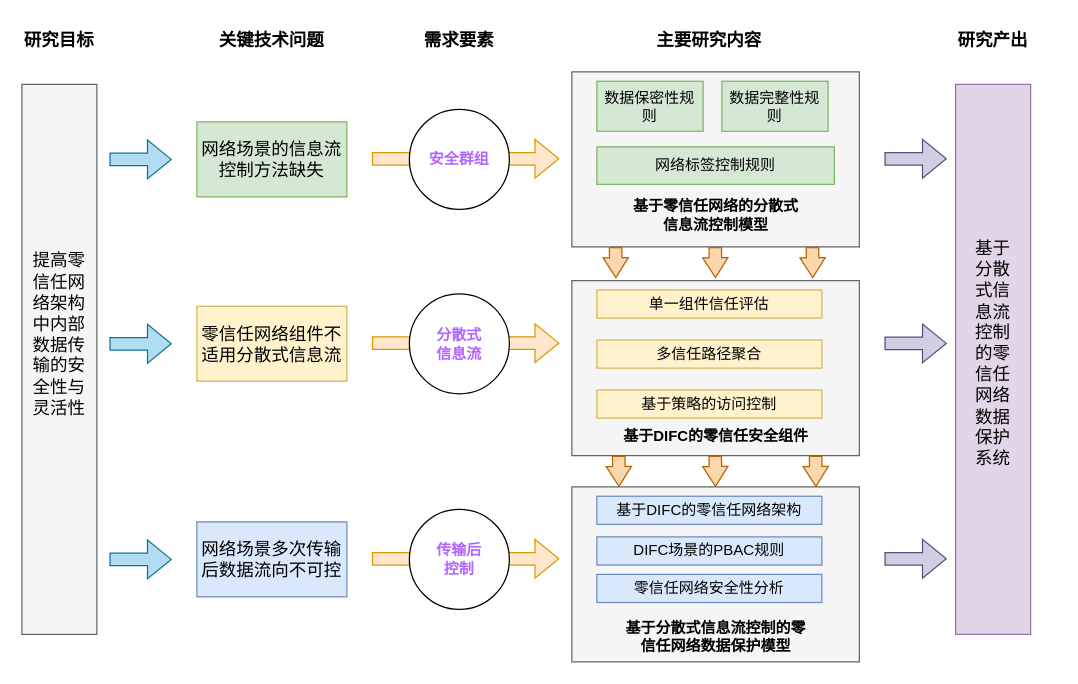
ZhuShouCheng/notebook keeps this draw.io diagram as 研究内容框架.drawio. Above is the earlier version. Source tidied: cells renumbered, new cells numbered last; positions are measured from the earlier drawing's top-left corner, leaving out a move shared by most shapes. Both pictures are drawn from the tidied source at 125%, with x=0, y=0 at pixel (21, 21).
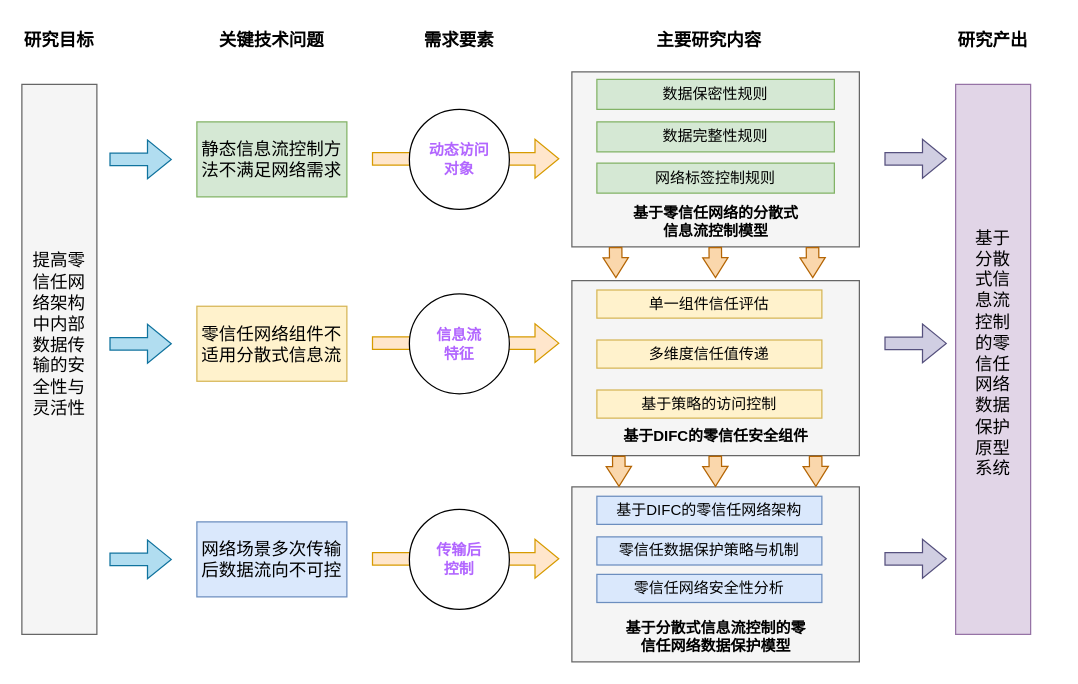
Above is the later version.

Commit message:
更新研究内容框架.drawio

Diff of the diagram source:
```diff
@@
-    <mxCell id="6" value="&lt;font style=&quot;font-size: 14px;&quot;&gt;网络场景的信息流控制方法缺失&lt;/font&gt;" style="rounded=0;whiteSpace=wrap;html=1;fillColor=#d5e8d4;strokeColor=#82b366;" parent="1" vertex="1">
+    <mxCell id="6" value="&lt;font style=&quot;font-size: 14px;&quot;&gt;静态信息流控制方法不满足网络需求&lt;/font&gt;" style="rounded=0;whiteSpace=wrap;html=1;fillColor=#d5e8d4;strokeColor=#82b366;" parent="1" vertex="1">
       <mxGeometry x="140" y="80" width="120" height="60" as="geometry" />
     </mxCell>
@@
-    <mxCell id="13" value="&lt;font color=&quot;#b266ff&quot;&gt;&lt;b&gt;安全群组&lt;/b&gt;&lt;/font&gt;" style="ellipse;whiteSpace=wrap;html=1;" parent="1" vertex="1">
+    <mxCell id="13" value="&lt;font color=&quot;#b266ff&quot;&gt;&lt;b&gt;动态访问&lt;br&gt;对象&lt;/b&gt;&lt;/font&gt;" style="ellipse;whiteSpace=wrap;html=1;" parent="1" vertex="1">
       <mxGeometry x="310" y="70" width="80" height="80" as="geometry" />
     </mxCell>
@@
-    <mxCell id="15" value="&lt;font color=&quot;#b266ff&quot;&gt;&lt;b&gt;分散式&lt;br&gt;信息流&lt;/b&gt;&lt;/font&gt;" style="ellipse;whiteSpace=wrap;html=1;" parent="1" vertex="1">
+    <mxCell id="15" value="&lt;font color=&quot;#b266ff&quot;&gt;&lt;b&gt;信息流&lt;br&gt;特征&lt;/b&gt;&lt;/font&gt;" style="ellipse;whiteSpace=wrap;html=1;" parent="1" vertex="1">
       <mxGeometry x="310" y="217.5" width="80" height="80" as="geometry" />
     </mxCell>
@@
     <mxCell id="20" value="&lt;b&gt;基于零信任网络的分散式信息流控制模型&lt;/b&gt;" style="text;html=1;strokeColor=none;fillColor=none;align=center;verticalAlign=middle;whiteSpace=wrap;rounded=0;" parent="1" vertex="1">
-      <mxGeometry x="482.5" y="140" width="145" height="30" as="geometry" />
+      <mxGeometry x="482.5" y="145" width="145" height="30" as="geometry" />
     </mxCell>
-    <mxCell id="21" value="数据保密性规则" style="rounded=0;whiteSpace=wrap;html=1;fillColor=#d5e8d4;strokeColor=#82b366;" parent="1" vertex="1">
-      <mxGeometry x="460" y="47.5" width="85" height="40" as="geometry" />
-    </mxCell>
-    <mxCell id="22" value="网络标签控制规则" style="rounded=0;whiteSpace=wrap;html=1;fillColor=#d5e8d4;strokeColor=#82b366;" parent="1" vertex="1">
-      <mxGeometry x="460" y="100" width="190" height="30" as="geometry" />
-    </mxCell>
-    <mxCell id="23" value="数据完整性规则" style="rounded=0;whiteSpace=wrap;html=1;fillColor=#d5e8d4;strokeColor=#82b366;" parent="1" vertex="1">
-      <mxGeometry x="560" y="47.5" width="85" height="40" as="geometry" />
-    </mxCell>
@@
-    <mxCell id="27" value="多信任路径聚合" style="rounded=0;whiteSpace=wrap;html=1;fillColor=#fff2cc;strokeColor=#d6b656;" parent="1" vertex="1">
+    <mxCell id="27" value="多维度信任值传递" style="rounded=0;whiteSpace=wrap;html=1;fillColor=#fff2cc;strokeColor=#d6b656;" parent="1" vertex="1">
       <mxGeometry x="460" y="254.5" width="180" height="22.5" as="geometry" />
     </mxCell>
@@
-    <mxCell id="32" value="DIFC场景的PBAC规则" style="rounded=0;whiteSpace=wrap;html=1;fillColor=#dae8fc;strokeColor=#6c8ebf;" parent="1" vertex="1">
+    <mxCell id="32" value="零信任数据保护策略与机制" style="rounded=0;whiteSpace=wrap;html=1;fillColor=#dae8fc;strokeColor=#6c8ebf;" parent="1" vertex="1">
       <mxGeometry x="460" y="412" width="180" height="22.5" as="geometry" />
     </mxCell>
@@
-    <mxCell id="35" value="&lt;font style=&quot;font-size: 14px;&quot;&gt;基于分散式信息流控制的零信任网络数据保护系统&lt;/font&gt;" style="text;html=1;strokeColor=none;fillColor=none;align=center;verticalAlign=middle;whiteSpace=wrap;rounded=0;" parent="1" vertex="1">
+    <mxCell id="35" value="&lt;font style=&quot;font-size: 14px;&quot;&gt;基于分散式信息流控制的零信任网络数据保护原型系统&lt;/font&gt;" style="text;html=1;strokeColor=none;fillColor=none;align=center;verticalAlign=middle;whiteSpace=wrap;rounded=0;" parent="1" vertex="1">
       <mxGeometry x="759" y="170" width="36" height="190" as="geometry" />
     </mxCell>
@@
+    <mxCell id="21" value="数据保密性规则" style="rounded=0;whiteSpace=wrap;html=1;fillColor=#d5e8d4;strokeColor=#82b366;" parent="1" vertex="1">
+      <mxGeometry x="460" y="46" width="190" height="24" as="geometry" />
+    </mxCell>
+    <mxCell id="23" value="数据完整性规则" style="rounded=0;whiteSpace=wrap;html=1;fillColor=#d5e8d4;strokeColor=#82b366;" parent="1" vertex="1">
+      <mxGeometry x="460" y="80" width="190" height="24" as="geometry" />
+    </mxCell>
+    <mxCell id="22" value="网络标签控制规则" style="rounded=0;whiteSpace=wrap;html=1;fillColor=#d5e8d4;strokeColor=#82b366;" parent="1" vertex="1">
+      <mxGeometry x="460" y="113" width="190" height="24" as="geometry" />
+    </mxCell>
```
